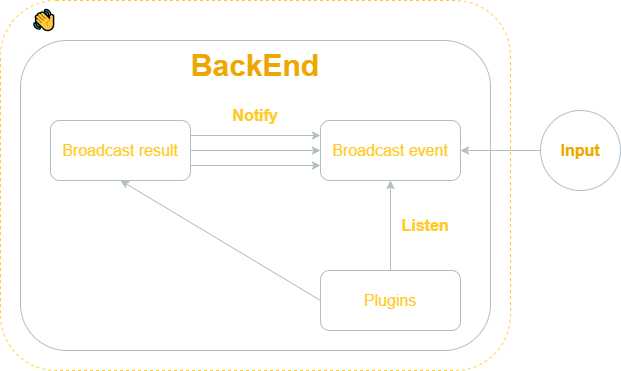
janhq/jan keeps this draw.io diagram as docs/docs/developers/img/arch-async.drawio.png. Above is the earlier version. Source tidied: cells renumbered, new cells last; positions are measured from the earlier drawing's top-left corner, leaving out a move shared by most shapes. Its diagram source:
```xml
<mxGraphModel>
  <root>
    <mxCell id="0" />
    <mxCell id="1" parent="0" />
    <mxCell id="2" style="rounded=1;whiteSpace=wrap;html=1;fillColor=none;dashed=1;strokeColor=#FFCa28;" parent="1" vertex="1">
      <mxGeometry width="510" height="370" as="geometry" />
    </mxCell>
    <mxCell id="3" style="rounded=1;whiteSpace=wrap;html=1;fillColor=none;strokeColor=#B2BFC5;" parent="1" vertex="1">
      <mxGeometry x="20" y="40" width="470" height="310" as="geometry" />
    </mxCell>
    <mxCell id="4" value="&lt;b&gt;Listen&lt;/b&gt;" style="text;html=1;strokeColor=none;fillColor=none;align=center;verticalAlign=middle;whiteSpace=wrap;rounded=0;fontSize=16;fontColor=#FFCA28;" parent="3" vertex="1">
      <mxGeometry x="380" y="170" width="50" height="30" as="geometry" />
    </mxCell>
    <mxCell id="5" value="Notify" style="text;html=1;strokeColor=none;fillColor=none;align=center;verticalAlign=middle;whiteSpace=wrap;rounded=0;fontSize=16;fontStyle=1;fontColor=#FFCA28;" parent="3" vertex="1">
      <mxGeometry x="180" y="60" width="110" height="30" as="geometry" />
    </mxCell>
    <mxCell id="6" style="endArrow=classic;html=1;fontSize=14;fontColor=#EDA703;strokeColor=#B2BFC5;entryX=1;entryY=0.5;entryDx=0;entryDy=0;" parent="1" edge="1" target="19">
      <mxGeometry relative="1" as="geometry">
        <mxPoint x="540" y="150" as="sourcePoint" />
      </mxGeometry>
    </mxCell>
    <mxCell id="7" value="&lt;b&gt;Input&lt;/b&gt;" style="ellipse;whiteSpace=wrap;html=1;labelBackgroundColor=none;fontSize=16;fontColor=#EDA703;fillColor=none;strokeColor=#B2BFC6;" parent="1" vertex="1">
      <mxGeometry x="540" y="110" width="80" height="80" as="geometry" />
    </mxCell>
    <mxCell id="8" value="&lt;div style=&quot;text-align: left; font-size: 30px;&quot;&gt;&lt;font face=&quot;arial, sans-serif&quot; style=&quot;font-size: 30px;&quot;&gt;&lt;span style=&quot;font-size: 30px;&quot;&gt;BackEnd&lt;/span&gt;&lt;/font&gt;&lt;/div&gt;" style="text;strokeColor=none;align=center;fillColor=none;html=1;verticalAlign=middle;whiteSpace=wrap;rounded=0;dashed=1;fontColor=#EDA703;labelBackgroundColor=none;fontSize=30;fontStyle=1;" parent="1" vertex="1">
      <mxGeometry x="190" y="50" width="130" height="30" as="geometry" />
    </mxCell>
    <mxCell id="9" style="edgeStyle=none;html=1;exitX=1;exitY=0.25;exitDx=0;exitDy=0;entryX=0;entryY=0.25;entryDx=0;entryDy=0;fontColor=#B2BFC5;strokeColor=#B2BFC5;" parent="1" edge="1" source="16" target="18">
      <mxGeometry relative="1" as="geometry" />
    </mxCell>
    <mxCell id="10" style="edgeStyle=none;html=1;exitX=0;exitY=0.5;exitDx=0;exitDy=0;entryX=0.5;entryY=1;entryDx=0;entryDy=0;fontColor=#B2BFC5;strokeColor=#B2BFC5;" parent="1" edge="1" source="12" target="16">
      <mxGeometry relative="1" as="geometry" />
    </mxCell>
    <mxCell id="11" style="edgeStyle=none;html=1;exitX=0.5;exitY=0;exitDx=0;exitDy=0;entryX=0.5;entryY=1;entryDx=0;entryDy=0;fontColor=#B2BFC5;strokeColor=#B2BFC5;" parent="1" edge="1" source="12" target="18">
      <mxGeometry relative="1" as="geometry" />
    </mxCell>
    <mxCell id="12" value="&lt;font style=&quot;font-size: 16px;&quot;&gt;Plugins&lt;/font&gt;" style="rounded=1;whiteSpace=wrap;html=1;fillColor=none;fontColor=#FFCA28;strokeColor=#B2BFC5;" parent="1" vertex="1">
      <mxGeometry x="320" y="270" width="140" height="60" as="geometry" />
    </mxCell>
    <mxCell id="13" style="edgeStyle=none;html=1;exitX=1;exitY=0.5;exitDx=0;exitDy=0;entryX=0;entryY=0.5;entryDx=0;entryDy=0;fontColor=#B2BFC5;strokeColor=#B2BFC5;" parent="1" edge="1" source="17" target="19">
      <mxGeometry relative="1" as="geometry" />
    </mxCell>
    <mxCell id="14" style="edgeStyle=none;html=1;exitX=1;exitY=1;exitDx=0;exitDy=0;entryX=0;entryY=1;entryDx=0;entryDy=0;fontColor=#B2BFC5;strokeColor=#B2BFC5;" parent="1" edge="1" source="17" target="19">
      <mxGeometry relative="1" as="geometry" />
    </mxCell>
    <mxCell id="15" value="&lt;span style=&quot;font-family: arial, sans-serif; font-size: 20px; text-align: left;&quot;&gt;&lt;font color=&quot;#ffffff&quot; style=&quot;font-size: 20px;&quot;&gt;👋Jan&lt;/font&gt;&lt;/span&gt;" style="text;strokeColor=none;align=center;fillColor=none;html=1;verticalAlign=middle;whiteSpace=wrap;rounded=0;dashed=1;fontColor=#EDA703;labelBackgroundColor=none;fontSize=20;" parent="1" vertex="1">
      <mxGeometry x="20" y="4" width="80" height="30" as="geometry" />
    </mxCell>
    <mxCell id="16" style="rounded=1;whiteSpace=wrap;html=1;fillColor=none;fontColor=#F0F0F0;strokeColor=#B2BFC5;" parent="1" vertex="1">
      <mxGeometry x="50" y="120" width="140" height="60" as="geometry" />
    </mxCell>
    <mxCell id="17" value="Broadcast result" style="text;html=1;strokeColor=none;fillColor=none;align=center;verticalAlign=middle;whiteSpace=wrap;rounded=0;fontSize=16;fontColor=#FFCA28;" parent="1" vertex="1">
      <mxGeometry x="50" y="135" width="140" height="30" as="geometry" />
    </mxCell>
    <mxCell id="18" style="rounded=1;whiteSpace=wrap;html=1;fillColor=none;fontColor=#F0F0F0;strokeColor=#B2BFC5;" parent="1" vertex="1">
      <mxGeometry x="320" y="120" width="140" height="60" as="geometry" />
    </mxCell>
    <mxCell id="19" value="Broadcast event" style="text;html=1;strokeColor=none;fillColor=none;align=center;verticalAlign=middle;whiteSpace=wrap;rounded=0;fontSize=16;fontColor=#FFCA28;" parent="1" vertex="1">
      <mxGeometry x="320" y="135" width="140" height="30" as="geometry" />
    </mxCell>
  </root>
</mxGraphModel>
```
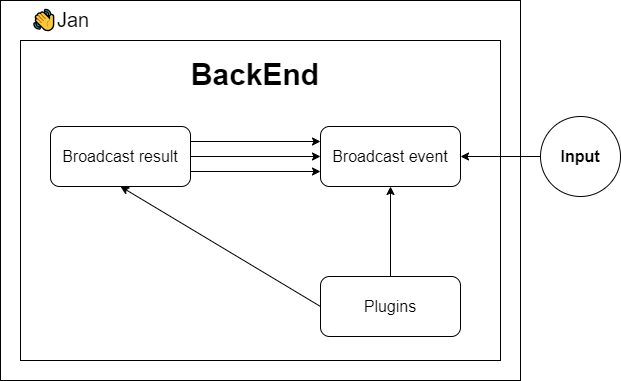
After the change.

What changed in the source:
```diff
@@ -1,61 +1,55 @@
-<mxGraphModel>
+<mxGraphModel background="#ffffff" shadow="1">
   <root>
     <mxCell id="0" />
     <mxCell id="1" parent="0" />
-    <mxCell id="2" style="rounded=1;whiteSpace=wrap;html=1;fillColor=none;dashed=1;strokeColor=#FFCa28;" parent="1" vertex="1">
-      <mxGeometry width="510" height="370" as="geometry" />
-    </mxCell>
-    <mxCell id="3" style="rounded=1;whiteSpace=wrap;html=1;fillColor=none;strokeColor=#B2BFC5;" parent="1" vertex="1">
-      <mxGeometry x="20" y="40" width="470" height="310" as="geometry" />
-    </mxCell>
-    <mxCell id="4" value="&lt;b&gt;Listen&lt;/b&gt;" style="text;html=1;strokeColor=none;fillColor=none;align=center;verticalAlign=middle;whiteSpace=wrap;rounded=0;fontSize=16;fontColor=#FFCA28;" parent="3" vertex="1">
-      <mxGeometry x="380" y="170" width="50" height="30" as="geometry" />
-    </mxCell>
-    <mxCell id="5" value="Notify" style="text;html=1;strokeColor=none;fillColor=none;align=center;verticalAlign=middle;whiteSpace=wrap;rounded=0;fontSize=16;fontStyle=1;fontColor=#FFCA28;" parent="3" vertex="1">
-      <mxGeometry x="180" y="60" width="110" height="30" as="geometry" />
-    </mxCell>
+    <mxCell id="20" style="rounded=0;whiteSpace=wrap;html=1;strokeColor=#000000;fontColor=#000000;fillColor=none;" parent="1" vertex="1">
+      <mxGeometry y="-6" width="520" height="380" as="geometry" />
+    </mxCell>
+    <mxCell id="21" style="rounded=0;whiteSpace=wrap;html=1;strokeColor=#000000;fontColor=#000000;fillColor=none;" parent="1" vertex="1">
+      <mxGeometry x="20" y="34" width="480" height="320" as="geometry" />
+    </mxCell>
-    <mxCell id="6" style="endArrow=classic;html=1;fontSize=14;fontColor=#EDA703;strokeColor=#B2BFC5;entryX=1;entryY=0.5;entryDx=0;entryDy=0;" parent="1" edge="1" target="19">
+    <mxCell id="6" style="endArrow=classic;html=1;fontSize=14;fontColor=#000000;strokeColor=#000000;entryX=1;entryY=0.5;entryDx=0;entryDy=0;" parent="1" edge="1" target="19">
       <mxGeometry relative="1" as="geometry">
         <mxPoint x="540" y="150" as="sourcePoint" />
       </mxGeometry>
     </mxCell>
-    <mxCell id="7" value="&lt;b&gt;Input&lt;/b&gt;" style="ellipse;whiteSpace=wrap;html=1;labelBackgroundColor=none;fontSize=16;fontColor=#EDA703;fillColor=none;strokeColor=#B2BFC6;" parent="1" vertex="1">
+    <mxCell id="7" value="&lt;b&gt;Input&lt;/b&gt;" style="ellipse;whiteSpace=wrap;html=1;labelBackgroundColor=none;fontSize=16;fontColor=#000000;fillColor=none;strokeColor=#000000;" parent="1" vertex="1">
       <mxGeometry x="540" y="110" width="80" height="80" as="geometry" />
     </mxCell>
-    <mxCell id="8" value="&lt;div style=&quot;text-align: left; font-size: 30px;&quot;&gt;&lt;font face=&quot;arial, sans-serif&quot; style=&quot;font-size: 30px;&quot;&gt;&lt;span style=&quot;font-size: 30px;&quot;&gt;BackEnd&lt;/span&gt;&lt;/font&gt;&lt;/div&gt;" style="text;strokeColor=none;align=center;fillColor=none;html=1;verticalAlign=middle;whiteSpace=wrap;rounded=0;dashed=1;fontColor=#EDA703;labelBackgroundColor=none;fontSize=30;fontStyle=1;" parent="1" vertex="1">
-      <mxGeometry x="190" y="50" width="130" height="30" as="geometry" />
+    <mxCell id="8" value="&lt;div style=&quot;text-align: left; font-size: 30px;&quot;&gt;&lt;font face=&quot;arial, sans-serif&quot; style=&quot;font-size: 30px;&quot;&gt;&lt;span style=&quot;font-size: 30px;&quot;&gt;BackEnd&lt;/span&gt;&lt;/font&gt;&lt;/div&gt;" style="text;strokeColor=none;align=center;fillColor=none;html=1;verticalAlign=middle;whiteSpace=wrap;rounded=0;dashed=1;fontColor=#000000;labelBackgroundColor=none;fontSize=30;fontStyle=1;" parent="1" vertex="1">
+      <mxGeometry x="190" y="53" width="130" height="30" as="geometry" />
     </mxCell>
-    <mxCell id="9" style="edgeStyle=none;html=1;exitX=1;exitY=0.25;exitDx=0;exitDy=0;entryX=0;entryY=0.25;entryDx=0;entryDy=0;fontColor=#B2BFC5;strokeColor=#B2BFC5;" parent="1" edge="1" source="16" target="18">
+    <mxCell id="9" style="edgeStyle=none;html=1;exitX=1;exitY=0.25;exitDx=0;exitDy=0;entryX=0;entryY=0.25;entryDx=0;entryDy=0;fontColor=#000000;strokeColor=#000000;" parent="1" edge="1" source="16" target="18">
       <mxGeometry relative="1" as="geometry" />
     </mxCell>
-    <mxCell id="10" style="edgeStyle=none;html=1;exitX=0;exitY=0.5;exitDx=0;exitDy=0;entryX=0.5;entryY=1;entryDx=0;entryDy=0;fontColor=#B2BFC5;strokeColor=#B2BFC5;" parent="1" edge="1" source="12" target="16">
+    <mxCell id="10" style="edgeStyle=none;html=1;exitX=0;exitY=0.5;exitDx=0;exitDy=0;entryX=0.5;entryY=1;entryDx=0;entryDy=0;fontColor=#000000;strokeColor=#000000;" parent="1" edge="1" source="12" target="16">
       <mxGeometry relative="1" as="geometry" />
     </mxCell>
-    <mxCell id="11" style="edgeStyle=none;html=1;exitX=0.5;exitY=0;exitDx=0;exitDy=0;entryX=0.5;entryY=1;entryDx=0;entryDy=0;fontColor=#B2BFC5;strokeColor=#B2BFC5;" parent="1" edge="1" source="12" target="18">
+    <mxCell id="11" style="edgeStyle=none;html=1;exitX=0.5;exitY=0;exitDx=0;exitDy=0;entryX=0.5;entryY=1;entryDx=0;entryDy=0;fontColor=#000000;strokeColor=#000000;" parent="1" edge="1" source="12" target="18">
       <mxGeometry relative="1" as="geometry" />
     </mxCell>
-    <mxCell id="12" value="&lt;font style=&quot;font-size: 16px;&quot;&gt;Plugins&lt;/font&gt;" style="rounded=1;whiteSpace=wrap;html=1;fillColor=none;fontColor=#FFCA28;strokeColor=#B2BFC5;" parent="1" vertex="1">
+    <mxCell id="12" value="&lt;font style=&quot;font-size: 16px;&quot;&gt;Plugins&lt;/font&gt;" style="rounded=1;whiteSpace=wrap;html=1;fillColor=none;fontColor=#000000;strokeColor=#000000;" parent="1" vertex="1">
       <mxGeometry x="320" y="270" width="140" height="60" as="geometry" />
     </mxCell>
-    <mxCell id="13" style="edgeStyle=none;html=1;exitX=1;exitY=0.5;exitDx=0;exitDy=0;entryX=0;entryY=0.5;entryDx=0;entryDy=0;fontColor=#B2BFC5;strokeColor=#B2BFC5;" parent="1" edge="1" source="17" target="19">
+    <mxCell id="13" style="edgeStyle=none;html=1;exitX=1;exitY=0.5;exitDx=0;exitDy=0;entryX=0;entryY=0.5;entryDx=0;entryDy=0;fontColor=#000000;strokeColor=#000000;" parent="1" edge="1" source="17" target="19">
       <mxGeometry relative="1" as="geometry" />
     </mxCell>
-    <mxCell id="14" style="edgeStyle=none;html=1;exitX=1;exitY=1;exitDx=0;exitDy=0;entryX=0;entryY=1;entryDx=0;entryDy=0;fontColor=#B2BFC5;strokeColor=#B2BFC5;" parent="1" edge="1" source="17" target="19">
+    <mxCell id="14" style="edgeStyle=none;html=1;exitX=1;exitY=1;exitDx=0;exitDy=0;entryX=0;entryY=1;entryDx=0;entryDy=0;fontColor=#000000;strokeColor=#000000;" parent="1" edge="1" source="17" target="19">
       <mxGeometry relative="1" as="geometry" />
     </mxCell>
-    <mxCell id="15" value="&lt;span style=&quot;font-family: arial, sans-serif; font-size: 20px; text-align: left;&quot;&gt;&lt;font color=&quot;#ffffff&quot; style=&quot;font-size: 20px;&quot;&gt;👋Jan&lt;/font&gt;&lt;/span&gt;" style="text;strokeColor=none;align=center;fillColor=none;html=1;verticalAlign=middle;whiteSpace=wrap;rounded=0;dashed=1;fontColor=#EDA703;labelBackgroundColor=none;fontSize=20;" parent="1" vertex="1">
-      <mxGeometry x="20" y="4" width="80" height="30" as="geometry" />
+    <mxCell id="15" value="&lt;span style=&quot;font-family: arial, sans-serif; font-size: 20px; text-align: left;&quot;&gt;&lt;font style=&quot;font-size: 20px;&quot;&gt;👋Jan&lt;/font&gt;&lt;/span&gt;" style="text;strokeColor=none;align=center;fillColor=none;html=1;verticalAlign=middle;whiteSpace=wrap;rounded=0;dashed=1;fontColor=#000000;labelBackgroundColor=none;fontSize=20;" parent="1" vertex="1">
+      <mxGeometry x="20" y="-2" width="80" height="30" as="geometry" />
     </mxCell>
-    <mxCell id="16" style="rounded=1;whiteSpace=wrap;html=1;fillColor=none;fontColor=#F0F0F0;strokeColor=#B2BFC5;" parent="1" vertex="1">
+    <mxCell id="16" style="rounded=1;whiteSpace=wrap;html=1;fillColor=none;fontColor=#000000;strokeColor=#000000;" parent="1" vertex="1">
       <mxGeometry x="50" y="120" width="140" height="60" as="geometry" />
     </mxCell>
-    <mxCell id="17" value="Broadcast result" style="text;html=1;strokeColor=none;fillColor=none;align=center;verticalAlign=middle;whiteSpace=wrap;rounded=0;fontSize=16;fontColor=#FFCA28;" parent="1" vertex="1">
+    <mxCell id="17" value="Broadcast result" style="text;html=1;strokeColor=none;fillColor=none;align=center;verticalAlign=middle;whiteSpace=wrap;rounded=0;fontSize=16;fontColor=#000000;" parent="1" vertex="1">
       <mxGeometry x="50" y="135" width="140" height="30" as="geometry" />
     </mxCell>
-    <mxCell id="18" style="rounded=1;whiteSpace=wrap;html=1;fillColor=none;fontColor=#F0F0F0;strokeColor=#B2BFC5;" parent="1" vertex="1">
+    <mxCell id="18" style="rounded=1;whiteSpace=wrap;html=1;fillColor=none;fontColor=#000000;strokeColor=#000000;" parent="1" vertex="1">
       <mxGeometry x="320" y="120" width="140" height="60" as="geometry" />
     </mxCell>
-    <mxCell id="19" value="Broadcast event" style="text;html=1;strokeColor=none;fillColor=none;align=center;verticalAlign=middle;whiteSpace=wrap;rounded=0;fontSize=16;fontColor=#FFCA28;" parent="1" vertex="1">
+    <mxCell id="19" value="Broadcast event" style="text;html=1;strokeColor=none;fillColor=none;align=center;verticalAlign=middle;whiteSpace=wrap;rounded=0;fontSize=16;fontColor=#000000;" parent="1" vertex="1">
       <mxGeometry x="320" y="135" width="140" height="30" as="geometry" />
     </mxCell>
   </root>
```
